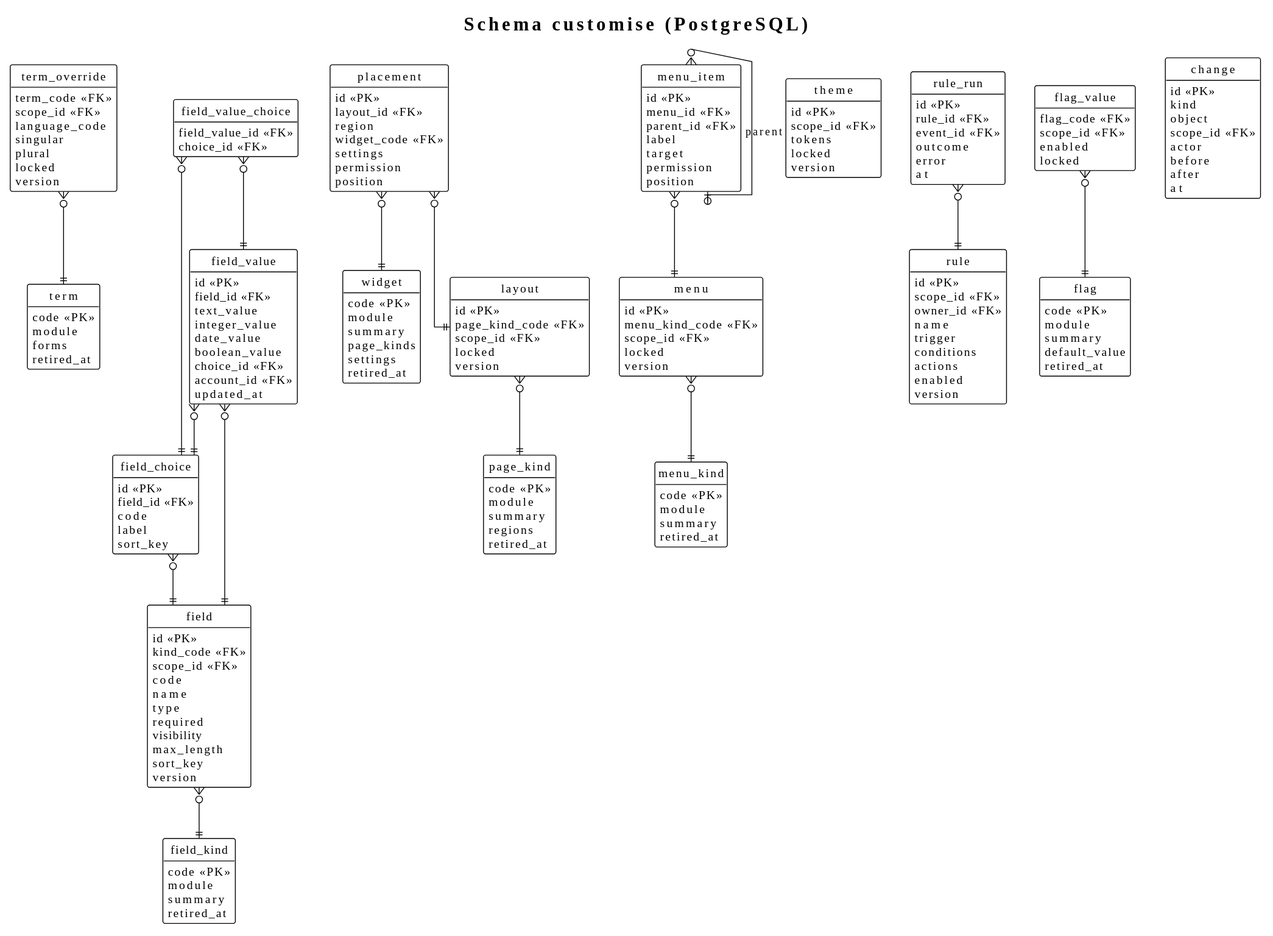
Earlier version of the PlantUML export docs/03-design/data-model/customise.svg (didactika/kampus). Source of this version:
```plantuml
@startuml
!theme plain
hide empty members
hide circle
skinparam linetype ortho
title Schema customise (PostgreSQL)

entity term {
  code <<PK>>
  module
  forms
  retired_at
}
entity term_override {
  term_code <<FK>>
  scope_id <<FK>>
  language_code
  singular
  plural
  locked
  version
}
entity field_kind {
  code <<PK>>
  module
  summary
  retired_at
}
entity field {
  id <<PK>>
  kind_code <<FK>>
  scope_id <<FK>>
  code
  name
  type
  required
  visibility
  max_length
  sort_key
  version
}
entity field_choice {
  id <<PK>>
  field_id <<FK>>
  code
  label
  sort_key
}
entity field_value {
  id <<PK>>
  field_id <<FK>>
  text_value
  integer_value
  date_value
  boolean_value
  choice_id <<FK>>
  account_id <<FK>>
  updated_at
}
entity field_value_choice {
  field_value_id <<FK>>
  choice_id <<FK>>
}
entity page_kind {
  code <<PK>>
  module
  summary
  regions
  retired_at
}
entity widget {
  code <<PK>>
  module
  summary
  page_kinds
  settings
  retired_at
}
entity menu_kind {
  code <<PK>>
  module
  summary
  retired_at
}
entity layout {
  id <<PK>>
  page_kind_code <<FK>>
  scope_id <<FK>>
  locked
  version
}
entity placement {
  id <<PK>>
  layout_id <<FK>>
  region
  widget_code <<FK>>
  settings
  permission
  position
}
entity menu {
  id <<PK>>
  menu_kind_code <<FK>>
  scope_id <<FK>>
  locked
  version
}
entity menu_item {
  id <<PK>>
  menu_id <<FK>>
  parent_id <<FK>>
  label
  target
  permission
  position
}
entity theme {
  id <<PK>>
  scope_id <<FK>>
  tokens
  locked
  version
}
entity rule {
  id <<PK>>
  scope_id <<FK>>
  owner_id <<FK>>
  name
  trigger
  conditions
  actions
  enabled
  version
}
entity rule_run {
  id <<PK>>
  rule_id <<FK>>
  event_id <<FK>>
  outcome
  error
  at
}
entity flag {
  code <<PK>>
  module
  summary
  default_value
  retired_at
}
entity flag_value {
  flag_code <<FK>>
  scope_id <<FK>>
  enabled
  locked
}
entity change {
  id <<PK>>
  kind
  object
  scope_id <<FK>>
  actor
  before
  after
  at
}

term_override }o--|| term
field }o--|| field_kind
flag_value }o--|| flag
field_choice }o--|| field
field_value }o--|| field
field_value }o--|| field_choice
field_value_choice }o--|| field_value
field_value_choice }o--|| field_choice
placement }o--|| layout
placement }o--|| widget
layout }o--|| page_kind
menu }o--|| menu_kind
menu_item }o--|| menu
menu_item }o--o| menu_item : parent
rule_run }o--|| rule
@enduml
```
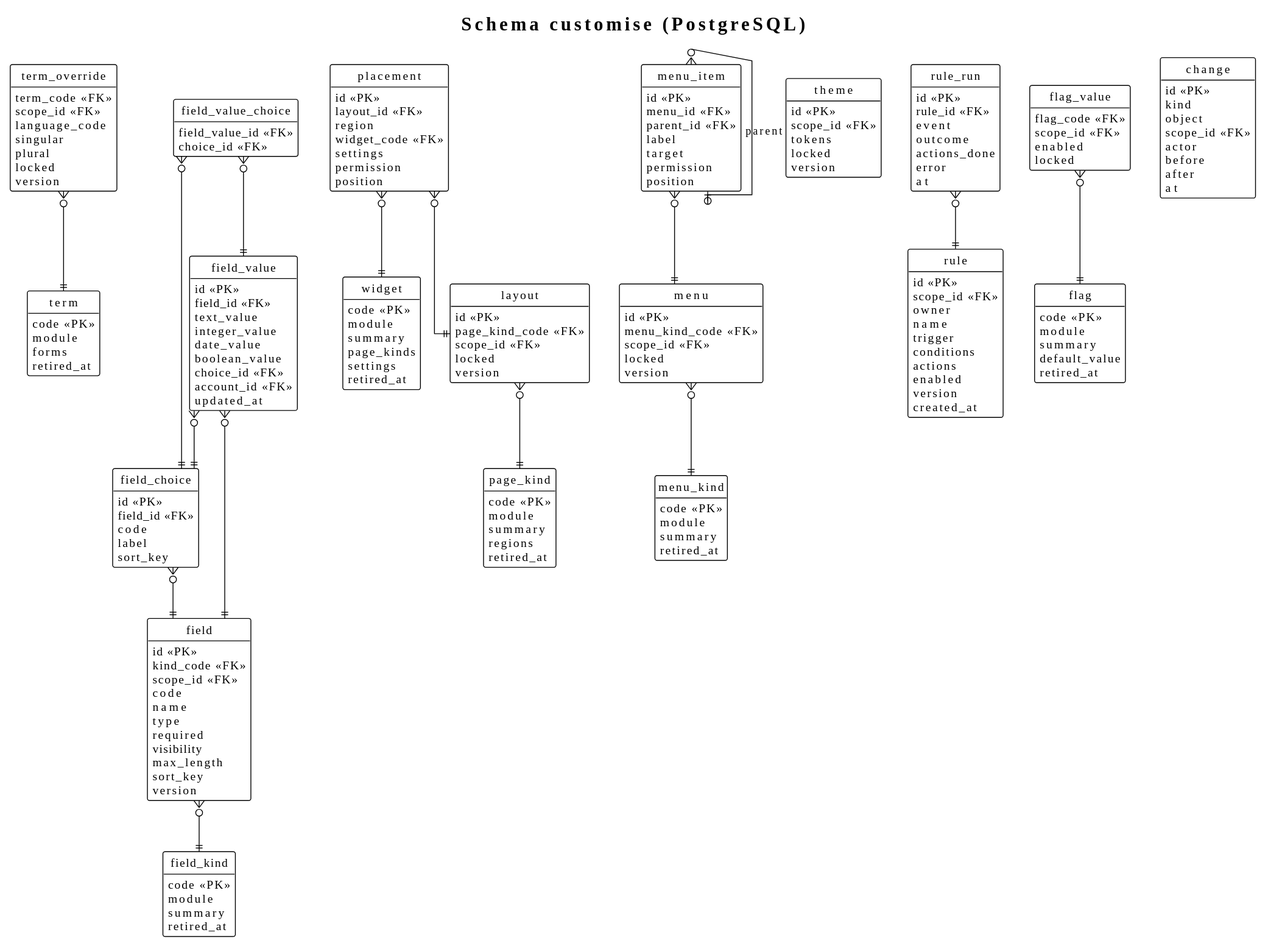
After the change.

Diff of the diagram source:
```diff
@@ -124,19 +124,21 @@
 entity rule {
   id <<PK>>
   scope_id <<FK>>
-  owner_id <<FK>>
+  owner
   name
   trigger
   conditions
   actions
   enabled
   version
+  created_at
 }
 entity rule_run {
   id <<PK>>
   rule_id <<FK>>
-  event_id <<FK>>
+  event
   outcome
+  actions_done
   error
   at
 }
```
